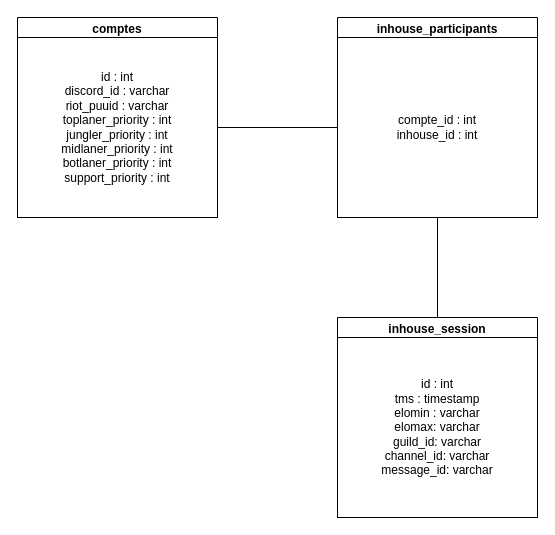
Evileoo/beta-bot keeps this draw.io diagram as database/database.drawio. Above is the earlier version. Source tidied: cells renumbered, new cells numbered last; positions are measured from the earlier drawing's top-left corner, leaving out a move shared by most shapes. Both pictures are drawn from the tidied source at 100%, with x=0, y=0 at pixel (17, 17).
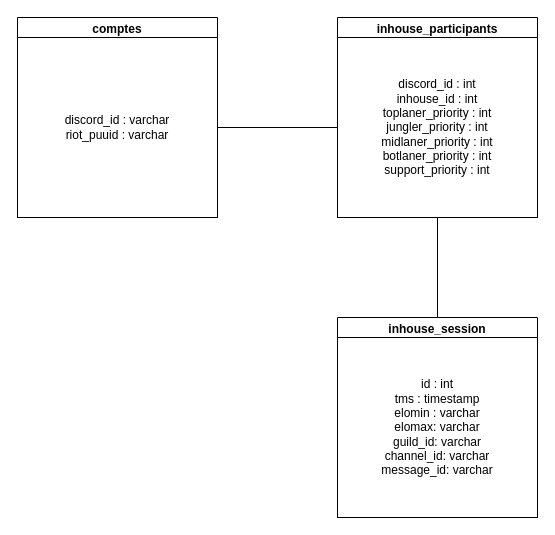
After the change.

What changed in the source:
```diff
@@
 <mxGraphModel>
   <root>
     <mxCell id="0" />
     <mxCell id="1" parent="0" />
     <mxCell id="2" value="comptes" style="swimlane;whiteSpace=wrap;html=1;" parent="1" vertex="1">
       <mxGeometry width="200" height="200" as="geometry" />
     </mxCell>
-    <mxCell id="3" value="id : int&lt;br&gt;discord_id : varchar&lt;br&gt;riot_puuid : varchar&lt;br&gt;toplaner_priority : int&lt;br&gt;jungler_priority : int&lt;br&gt;midlaner_priority : int&lt;br&gt;botlaner_priority : int&lt;br&gt;support_priority : int" style="rounded=0;whiteSpace=wrap;html=1;" parent="2" vertex="1">
+    <mxCell id="3" value="discord_id : varchar&lt;br&gt;riot_puuid : varchar" style="rounded=0;whiteSpace=wrap;html=1;" parent="2" vertex="1">
       <mxGeometry y="20" width="200" height="180" as="geometry" />
     </mxCell>
     <mxCell id="4" value="inhouse_session" style="swimlane;whiteSpace=wrap;html=1;" parent="1" vertex="1">
       <mxGeometry x="320" y="300" width="200" height="200" as="geometry" />
     </mxCell>
     <mxCell id="5" value="id : int&lt;br&gt;tms : timestamp&lt;br&gt;elomin : varchar&lt;br&gt;elomax: varchar&lt;br&gt;guild_id: varchar&lt;br&gt;channel_id: varchar&lt;br&gt;message_id: varchar" style="rounded=0;whiteSpace=wrap;html=1;" parent="4" vertex="1">
       <mxGeometry y="20" width="200" height="180" as="geometry" />
     </mxCell>
     <mxCell id="6" value="inhouse_participants" style="swimlane;whiteSpace=wrap;html=1;" parent="1" vertex="1">
       <mxGeometry x="320" width="200" height="200" as="geometry" />
     </mxCell>
-    <mxCell id="7" value="compte_id : int&lt;br&gt;inhouse_id : int" style="rounded=0;whiteSpace=wrap;html=1;" parent="6" vertex="1">
+    <mxCell id="7" value="discord_id : int&lt;br&gt;inhouse_id : int&lt;br&gt;toplaner_priority : int&lt;br&gt;jungler_priority : int&lt;br&gt;midlaner_priority : int&lt;br&gt;botlaner_priority : int&lt;br&gt;support_priority : int" style="rounded=0;whiteSpace=wrap;html=1;" parent="6" vertex="1">
       <mxGeometry y="20" width="200" height="180" as="geometry" />
     </mxCell>
     <mxCell id="8" style="endArrow=none;html=1;exitX=1;exitY=0.5;exitDx=0;exitDy=0;entryX=0;entryY=0.5;entryDx=0;entryDy=0;" parent="1" edge="1" source="3" target="7">
       <mxGeometry relative="1" as="geometry" />
     </mxCell>
     <mxCell id="9" style="endArrow=none;html=1;exitX=0.5;exitY=0;exitDx=0;exitDy=0;entryX=0.5;entryY=1;entryDx=0;entryDy=0;" parent="1" edge="1" source="4" target="7">
       <mxGeometry relative="1" as="geometry" />
     </mxCell>
   </root>
 </mxGraphModel>
```
